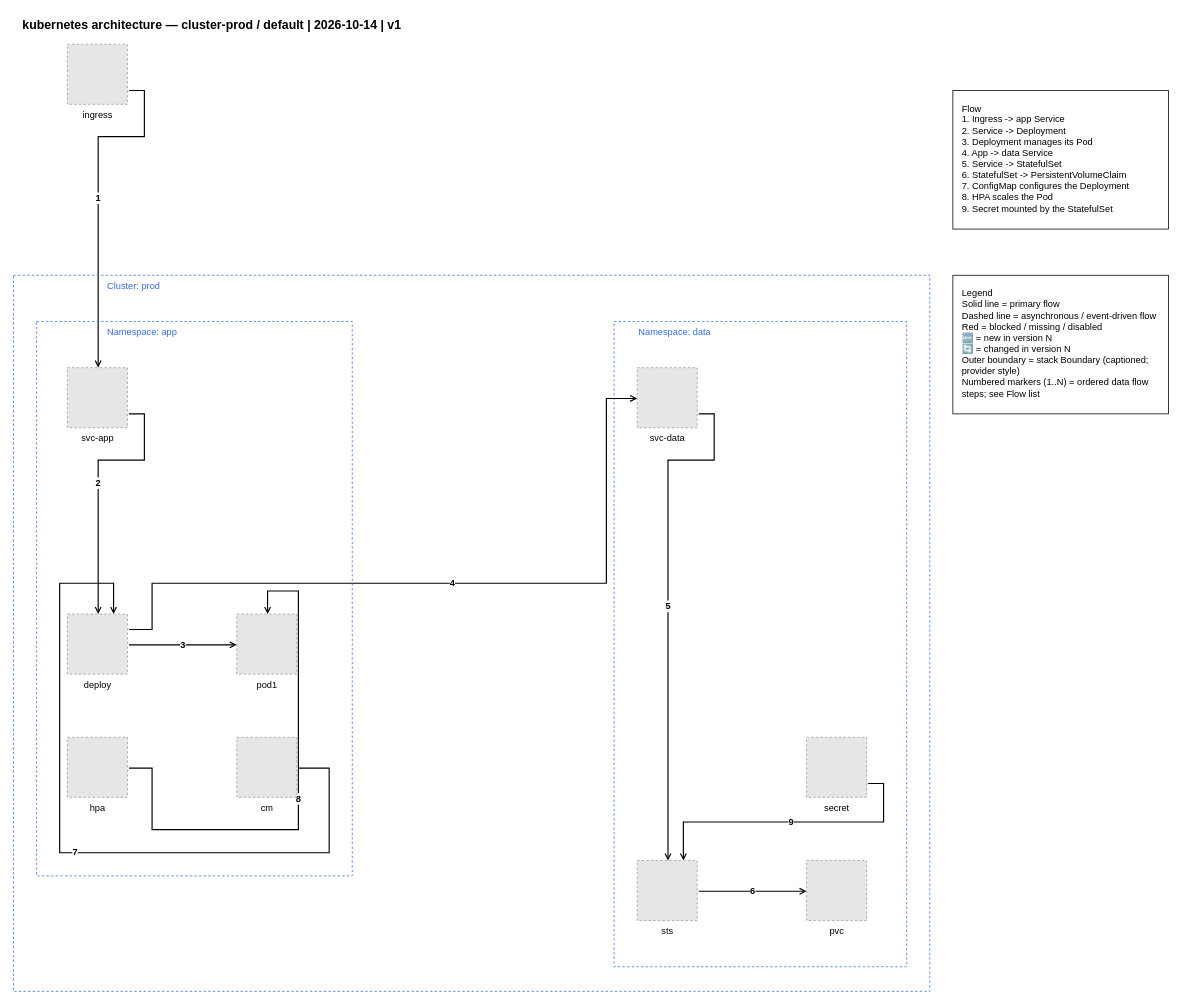
totoshko88/Cloud_Architecture keeps this draw.io diagram as examples/kubernetes/01-kubernetes-architecture-landscape.drawio. Above is the earlier version. Source tidied: cells renumbered, new cells numbered last; positions are measured from the earlier drawing's top-left corner, leaving out a move shared by most shapes. Both pictures are drawn from the tidied source at 77%, with x=0, y=0 at pixel (13, 13). Pictures stored in the file or linked from it are replaced by grey dashed boxes.
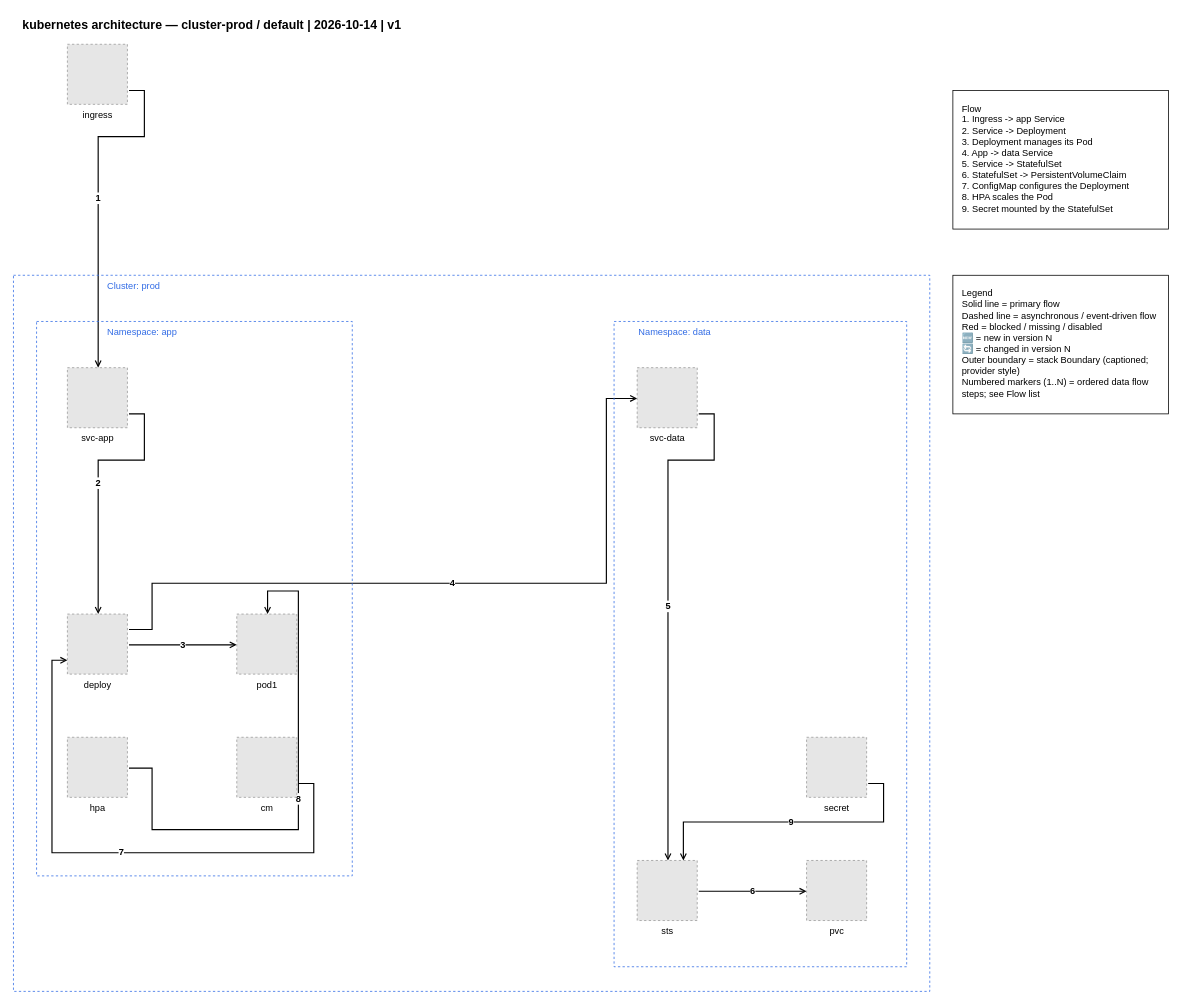
Above is the later version.

Unchanged cells that the change refers to:
```xml
<mxCell id="17" value="deploy" style="fillColor=#E6E6E6;strokeColor=#999999;dashed=1;verticalLabelPosition=bottom;verticalAlign=top;html=1;align=center;fontSize=12;" parent="13" vertex="1">
  <mxGeometry x="40" y="380" width="78" height="78" as="geometry" />
</mxCell>
<mxCell id="20" value="cm" style="fillColor=#E6E6E6;strokeColor=#999999;dashed=1;verticalLabelPosition=bottom;verticalAlign=top;html=1;align=center;fontSize=12;" parent="13" vertex="1">
  <mxGeometry x="260" y="540" width="78" height="78" as="geometry" />
</mxCell>
```

Diff of the diagram source:
```diff
@@
-    <mxCell id="9" value="7" style="edgeStyle=orthogonalEdgeStyle;rounded=0;html=1;endArrow=open;endFill=0;strokeWidth=1.5;exitX=1.0256410256410255;exitY=0.5128205128205128;exitDx=0;exitDy=0;exitPerimeter=0;entryX=0.7692307692307693;entryY=0.0;entryDx=0;entryDy=0;fontSize=12;fontStyle=1;" parent="1" edge="1" source="20" target="17">
+    <mxCell id="9" value="7" style="edgeStyle=orthogonalEdgeStyle;rounded=0;html=1;endArrow=open;endFill=0;strokeWidth=1.5;exitX=1.0256410256410255;exitY=0.7692307692307693;exitDx=0;exitDy=0;exitPerimeter=0;entryX=0.0;entryY=0.7692307692307693;entryDx=0;entryDy=0;fontSize=12;fontStyle=1;" parent="1" edge="1" source="20" target="17">
       <mxGeometry relative="1" as="geometry">
         <Array as="points">
-          <mxPoint x="410" y="980" />
-          <mxPoint x="410" y="1090" />
-          <mxPoint x="60" y="1090" />
-          <mxPoint x="60" y="740" />
-          <mxPoint x="130" y="740" />
+          <mxPoint x="390" y="1000" />
+          <mxPoint x="390" y="1090" />
+          <mxPoint x="50" y="1090" />
+          <mxPoint x="50" y="840" />
         </Array>
       </mxGeometry>
     </mxCell>
```
